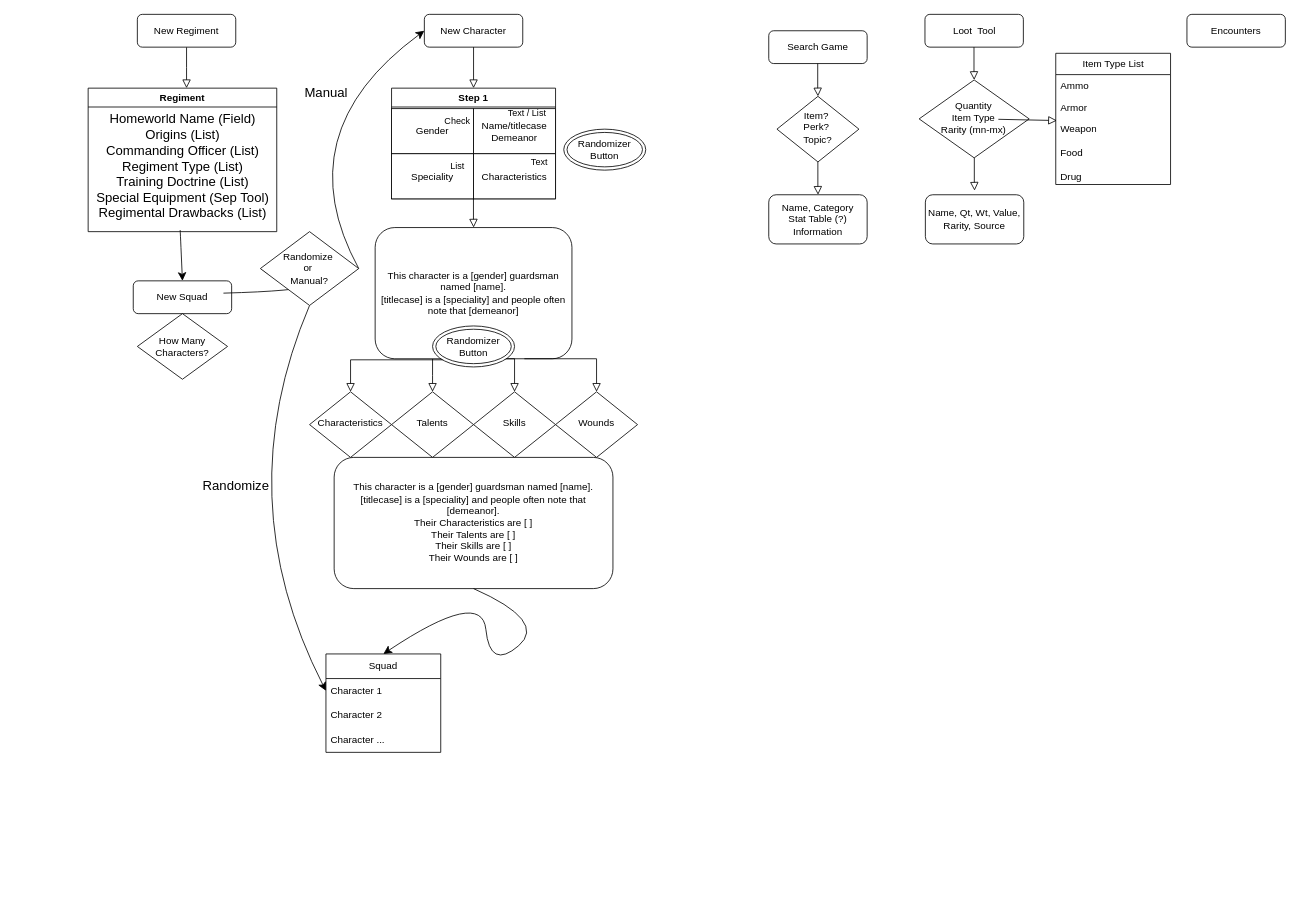
The draw.io diagram wh40k.drawio in stsan0/stsan0.github.io, before the edit. Source tidied: cells renumbered, new cells numbered last; positions are measured from the earlier drawing's top-left corner, leaving out a move shared by most shapes. Both pictures are drawn from the tidied source at 82%, with x=0, y=0 at pixel (88, 14).
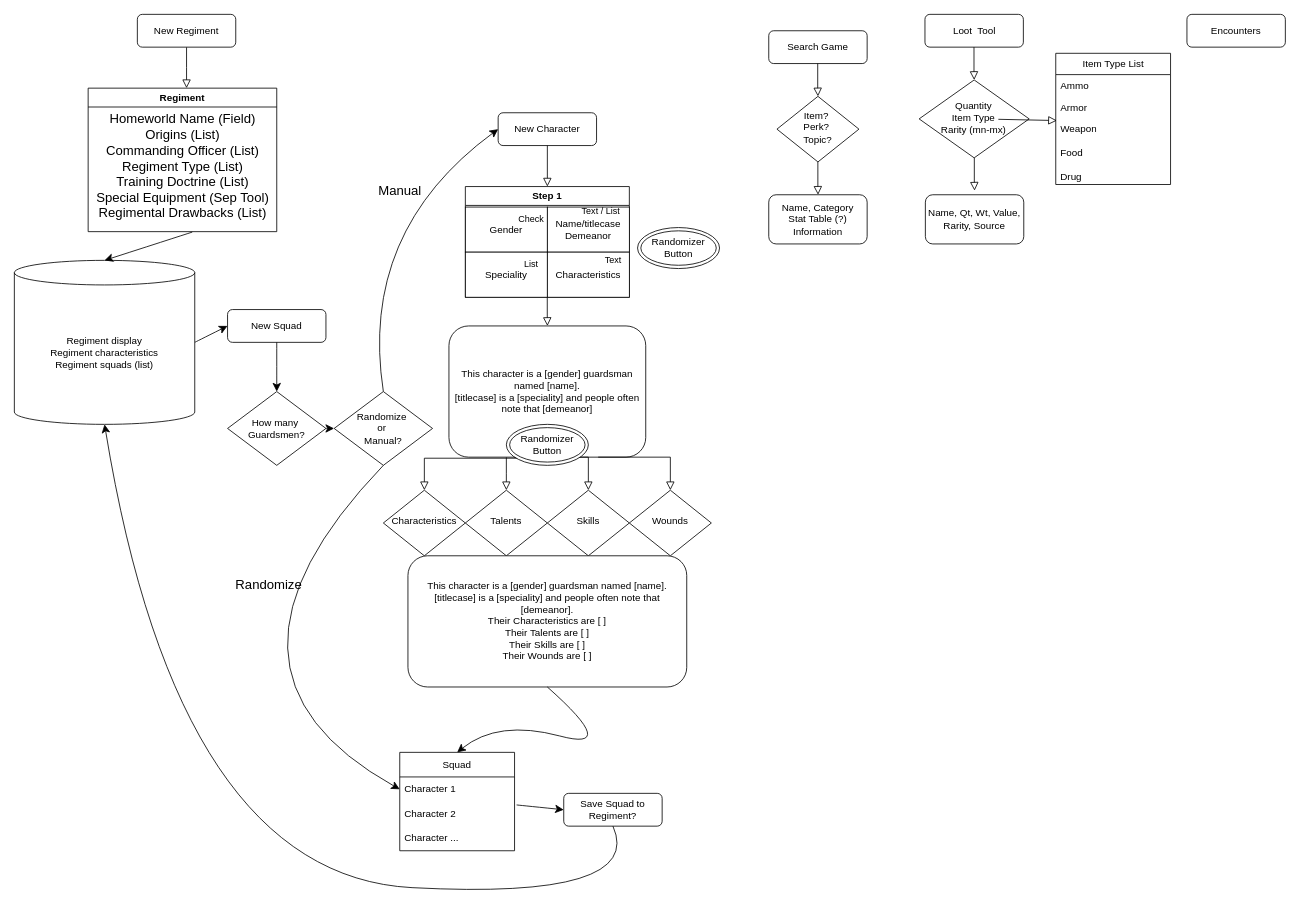
Above is the later version.

Unchanged cells that the change refers to:
```xml
<mxCell id="37" value="&lt;div&gt;Homeworld Name (Field)&lt;/div&gt;Origins (List)&lt;div&gt;Commanding Officer (List)&lt;/div&gt;&lt;div&gt;Regiment Type (List)&lt;/div&gt;&lt;div&gt;Training Doctrine (List)&lt;/div&gt;&lt;div&gt;Special Equipment (Sep Tool)&lt;/div&gt;&lt;div&gt;Regimental Drawbacks (List)&lt;/div&gt;" style="text;html=1;align=center;verticalAlign=middle;points=[];strokeColor=none;fillColor=none;fontSize=16;" parent="36" vertex="1">
  <mxGeometry y="20" width="230" height="150" as="geometry" />
</mxCell>
<mxCell id="52" value="Character 1" style="text;strokeColor=none;fillColor=none;align=left;verticalAlign=middle;spacingLeft=4;spacingRight=4;overflow=hidden;points=[[0,0.5],[1,0.5]];portConstraint=eastwest;whiteSpace=wrap;html=1;" parent="51" vertex="1">
  <mxGeometry y="30" width="140" height="30" as="geometry" />
</mxCell>
<mxCell id="53" value="Character 2&amp;nbsp;" style="text;strokeColor=none;fillColor=none;align=left;verticalAlign=middle;spacingLeft=4;spacingRight=4;overflow=hidden;points=[[0,0.5],[1,0.5]];portConstraint=eastwest;whiteSpace=wrap;html=1;" parent="51" vertex="1">
  <mxGeometry y="60" width="140" height="30" as="geometry" />
</mxCell>
```

The edit, as a diff of the source:
```diff
@@
     <mxCell id="4" value="New Character" style="rounded=1;whiteSpace=wrap;html=1;fontSize=12;glass=0;strokeWidth=1;shadow=0;" parent="1" vertex="1">
-      <mxGeometry x="410" width="120" height="40" as="geometry" />
+      <mxGeometry x="500" y="120" width="120" height="40" as="geometry" />
     </mxCell>
@@
     <mxCell id="22" value="This character is a [gender] guardsman named [name].&lt;div&gt;[titlecase] is a [speciality] and people often note that [demeanor]&lt;/div&gt;" style="rounded=1;whiteSpace=wrap;html=1;fontSize=12;glass=0;strokeWidth=1;shadow=0;" parent="1" vertex="1">
-      <mxGeometry x="350" y="260" width="240" height="160" as="geometry" />
+      <mxGeometry x="440" y="380" width="240" height="160" as="geometry" />
     </mxCell>
     <mxCell id="23" style="rounded=0;html=1;jettySize=auto;orthogonalLoop=1;fontSize=11;endArrow=block;endFill=0;endSize=8;strokeWidth=1;shadow=0;labelBackgroundColor=none;edgeStyle=orthogonalEdgeStyle;" parent="1" edge="1">
       <mxGeometry relative="1" as="geometry">
-        <mxPoint x="469.9" y="220" as="sourcePoint" />
-        <mxPoint x="470.1" y="260" as="targetPoint" />
+        <mxPoint x="559.9" y="340" as="sourcePoint" />
+        <mxPoint x="560.1" y="380" as="targetPoint" />
         <Array as="points">
-          <mxPoint x="469.9" y="250" />
-          <mxPoint x="469.9" y="250" />
+          <mxPoint x="559.9" y="370" />
+          <mxPoint x="559.9" y="370" />
         </Array>
       </mxGeometry>
     </mxCell>
     <mxCell id="24" style="rounded=0;html=1;jettySize=auto;fontSize=11;endArrow=block;endFill=0;endSize=8;strokeWidth=1;shadow=0;labelBackgroundColor=none;edgeStyle=orthogonalEdgeStyle;" parent="1" edge="1" target="25">
       <mxGeometry relative="1" as="geometry">
-        <mxPoint x="430" y="420.3" as="sourcePoint" />
+        <mxPoint x="520" y="540.3" as="sourcePoint" />
         <Array as="points">
-          <mxPoint x="440" y="420.3" />
-          <mxPoint x="440" y="421.3" />
-          <mxPoint x="320" y="421.3" />
+          <mxPoint x="530" y="540.3" />
+          <mxPoint x="530" y="541.3" />
+          <mxPoint x="410" y="541.3" />
         </Array>
       </mxGeometry>
     </mxCell>
     <mxCell id="25" value="Characteristics" style="rhombus;whiteSpace=wrap;html=1;shadow=0;fontFamily=Helvetica;fontSize=12;align=center;strokeWidth=1;spacing=6;spacingTop=-4;" parent="1" vertex="1">
-      <mxGeometry x="270" y="460.3" width="100" height="80" as="geometry" />
+      <mxGeometry x="360" y="580.3" width="100" height="80" as="geometry" />
     </mxCell>
     <mxCell id="26" style="rounded=0;html=1;jettySize=auto;fontSize=11;endArrow=block;endFill=0;endSize=8;strokeWidth=1;shadow=0;labelBackgroundColor=none;edgeStyle=orthogonalEdgeStyle;entryX=0.5;entryY=0;entryDx=0;entryDy=0;" parent="1" edge="1" target="27">
       <mxGeometry relative="1" as="geometry">
-        <mxPoint x="420" y="420.3" as="sourcePoint" />
+        <mxPoint x="510" y="540.3" as="sourcePoint" />
         <Array as="points">
-          <mxPoint x="420" y="440.3" />
-          <mxPoint x="420" y="440.3" />
+          <mxPoint x="510" y="560.3" />
+          <mxPoint x="510" y="560.3" />
         </Array>
       </mxGeometry>
     </mxCell>
     <mxCell id="27" value="Talents" style="rhombus;whiteSpace=wrap;html=1;shadow=0;fontFamily=Helvetica;fontSize=12;align=center;strokeWidth=1;spacing=6;spacingTop=-4;" parent="1" vertex="1">
-      <mxGeometry x="370" y="460.3" width="100" height="80" as="geometry" />
+      <mxGeometry x="460" y="580.3" width="100" height="80" as="geometry" />
     </mxCell>
     <mxCell id="28" style="rounded=0;html=1;jettySize=auto;fontSize=11;endArrow=block;endFill=0;endSize=8;strokeWidth=1;shadow=0;labelBackgroundColor=none;edgeStyle=orthogonalEdgeStyle;entryX=0.5;entryY=0;entryDx=0;entryDy=0;exitX=0.543;exitY=0.998;exitDx=0;exitDy=0;exitPerimeter=0;" parent="1" edge="1" target="29">
       <mxGeometry relative="1" as="geometry">
-        <mxPoint x="440.3" y="420" as="sourcePoint" />
+        <mxPoint x="530.3" y="540" as="sourcePoint" />
         <Array as="points">
-          <mxPoint x="520" y="420.3" />
+          <mxPoint x="610" y="540.3" />
         </Array>
       </mxGeometry>
     </mxCell>
     <mxCell id="29" value="Skills" style="rhombus;whiteSpace=wrap;html=1;shadow=0;fontFamily=Helvetica;fontSize=12;align=center;strokeWidth=1;spacing=6;spacingTop=-4;" parent="1" vertex="1">
-      <mxGeometry x="470" y="460.3" width="100" height="80" as="geometry" />
+      <mxGeometry x="560" y="580.3" width="100" height="80" as="geometry" />
     </mxCell>
     <mxCell id="30" style="rounded=0;html=1;jettySize=auto;fontSize=11;endArrow=block;endFill=0;endSize=8;strokeWidth=1;shadow=0;labelBackgroundColor=none;edgeStyle=orthogonalEdgeStyle;entryX=0.5;entryY=0;entryDx=0;entryDy=0;exitX=0.925;exitY=0.998;exitDx=0;exitDy=0;exitPerimeter=0;" parent="1" edge="1" target="31">
       <mxGeometry relative="1" as="geometry">
-        <mxPoint x="532" y="420" as="sourcePoint" />
+        <mxPoint x="622" y="540" as="sourcePoint" />
         <Array as="points">
-          <mxPoint x="620" y="420.3" />
+          <mxPoint x="710" y="540.3" />
         </Array>
       </mxGeometry>
     </mxCell>
     <mxCell id="31" value="Wounds" style="rhombus;whiteSpace=wrap;html=1;shadow=0;fontFamily=Helvetica;fontSize=12;align=center;strokeWidth=1;spacing=6;spacingTop=-4;" parent="1" vertex="1">
-      <mxGeometry x="570" y="460.3" width="100" height="80" as="geometry" />
+      <mxGeometry x="660" y="580.3" width="100" height="80" as="geometry" />
     </mxCell>
     <mxCell id="32" value="&lt;span style=&quot;font-size: 12px;&quot;&gt;Randomizer Button&lt;/span&gt;" style="ellipse;shape=doubleEllipse;whiteSpace=wrap;html=1;fontFamily=Helvetica;fontSize=11;fontColor=default;labelBackgroundColor=none;" parent="1" vertex="1">
-      <mxGeometry x="580" y="140" width="100" height="50" as="geometry" />
+      <mxGeometry x="670" y="260" width="100" height="50" as="geometry" />
     </mxCell>
     <mxCell id="33" value="&lt;span style=&quot;font-size: 12px;&quot;&gt;Randomizer Button&lt;/span&gt;" style="ellipse;shape=doubleEllipse;whiteSpace=wrap;html=1;fontFamily=Helvetica;fontSize=11;fontColor=default;labelBackgroundColor=none;" parent="1" vertex="1">
-      <mxGeometry x="420" y="380" width="100" height="50" as="geometry" />
+      <mxGeometry x="510" y="500" width="100" height="50" as="geometry" />
     </mxCell>
     <mxCell id="34" value="New Squad" style="rounded=1;whiteSpace=wrap;html=1;fontSize=12;glass=0;strokeWidth=1;shadow=0;" parent="1" vertex="1">
-      <mxGeometry x="55" y="325" width="120" height="40" as="geometry" />
+      <mxGeometry x="170" y="360" width="120" height="40" as="geometry" />
     </mxCell>
-    <mxCell id="35" style="edgeStyle=none;curved=1;rounded=0;jettySize=auto;html=1;exitX=0.488;exitY=1.02;exitDx=0;exitDy=0;entryX=0.5;entryY=0;entryDx=0;entryDy=0;fontSize=12;startSize=8;endSize=8;exitPerimeter=0;" parent="1" edge="1" source="37" target="34">
+    <mxCell id="35" style="edgeStyle=none;curved=1;rounded=0;jettySize=auto;html=1;entryX=0;entryY=0.5;entryDx=0;entryDy=0;fontSize=12;startSize=8;endSize=8;exitX=1;exitY=0.5;exitDx=0;exitDy=0;exitPerimeter=0;" parent="1" edge="1" source="63" target="34">
       <mxGeometry relative="1" as="geometry" />
     </mxCell>
@@
     <mxCell id="38" value="This character is a [gender] guardsman named [name].&lt;div&gt;[titlecase] is a [speciality] and people often note that [demeanor].&lt;/div&gt;&lt;div&gt;Their Characteristics are [ ]&lt;/div&gt;&lt;div&gt;Their Talents are [ ]&lt;/div&gt;&lt;div&gt;Their Skills are [ ]&lt;/div&gt;&lt;div&gt;Their Wounds are [ ]&lt;/div&gt;" style="rounded=1;whiteSpace=wrap;html=1;fontSize=12;glass=0;strokeWidth=1;shadow=0;" parent="1" vertex="1">
-      <mxGeometry x="300" y="540.3" width="340" height="160" as="geometry" />
+      <mxGeometry x="390" y="660.3" width="340" height="160" as="geometry" />
     </mxCell>
-    <mxCell id="39" style="curved=1;endArrow=classic;html=1;rounded=0;fontSize=12;startSize=8;endSize=8;exitX=1;exitY=0.5;exitDx=0;exitDy=0;entryX=0;entryY=0.5;entryDx=0;entryDy=0;" parent="1" edge="1" source="57" target="4">
+    <mxCell id="39" style="curved=1;endArrow=classic;html=1;rounded=0;fontSize=12;startSize=8;endSize=8;exitX=0.5;exitY=0;exitDx=0;exitDy=0;entryX=0;entryY=0.5;entryDx=0;entryDy=0;" parent="1" edge="1" source="57" target="4">
       <mxGeometry relative="1" as="geometry">
         <Array as="points">
-          <mxPoint x="240" y="145" />
+          <mxPoint x="330" y="265" />
         </Array>
       </mxGeometry>
     </mxCell>
-    <mxCell id="40" value="How Many&lt;div&gt;Characters?&lt;/div&gt;" style="rhombus;whiteSpace=wrap;html=1;" parent="1" vertex="1">
-      <mxGeometry x="60" y="365" width="110" height="80" as="geometry" />
-    </mxCell>
     <mxCell id="41" value="Step 1" style="swimlane;whiteSpace=wrap;html=1;" parent="1" vertex="1">
-      <mxGeometry x="370" y="90" width="200" height="135" as="geometry" />
+      <mxGeometry x="460" y="210" width="200" height="135" as="geometry" />
     </mxCell>
@@
-    <mxCell id="50" style="curved=1;endArrow=classic;html=1;rounded=0;fontSize=12;startSize=8;endSize=8;exitX=0.5;exitY=1;exitDx=0;exitDy=0;entryX=0.5;entryY=0;entryDx=0;entryDy=0;" parent="1" edge="1" source="38" target="51">
-      <mxGeometry relative="1" as="geometry">
-        <Array as="points">
-          <mxPoint x="560" y="740" />
-          <mxPoint x="490" y="800" />
-          <mxPoint x="480" y="700" />
-        </Array>
-      </mxGeometry>
-    </mxCell>
     <mxCell id="51" value="Squad" style="swimlane;fontStyle=0;horizontal=1;startSize=30;whiteSpace=wrap;html=1;" parent="1" vertex="1">
-      <mxGeometry x="290" y="780" width="140" height="120" as="geometry" />
+      <mxGeometry x="380" y="900" width="140" height="120" as="geometry" />
     </mxCell>
@@
-    <mxCell id="55" style="curved=1;endArrow=classic;html=1;rounded=0;fontSize=12;startSize=8;endSize=8;exitX=1;exitY=0.5;exitDx=0;exitDy=0;entryX=0;entryY=0.5;entryDx=0;entryDy=0;" parent="1" edge="1" target="57">
-      <mxGeometry relative="1" as="geometry">
-        <mxPoint x="165" y="340" as="sourcePoint" />
-        <Array as="points">
-          <mxPoint x="350" y="335" />
-        </Array>
-      </mxGeometry>
-    </mxCell>
     <mxCell id="56" style="edgeStyle=none;curved=1;rounded=0;jettySize=auto;html=1;exitX=0.5;exitY=1;exitDx=0;exitDy=0;entryX=0;entryY=0.5;entryDx=0;entryDy=0;fontSize=12;startSize=8;endSize=8;" parent="1" edge="1" source="57" target="52">
       <mxGeometry relative="1" as="geometry">
         <Array as="points">
-          <mxPoint x="170" y="590" />
+          <mxPoint x="120" y="800" />
         </Array>
       </mxGeometry>
     </mxCell>
     <mxCell id="57" value="Randomize&amp;nbsp;&lt;div&gt;or&amp;nbsp;&lt;/div&gt;&lt;div&gt;Manual?&lt;/div&gt;" style="rhombus;whiteSpace=wrap;html=1;" parent="1" vertex="1">
-      <mxGeometry x="210" y="265" width="120" height="90" as="geometry" />
+      <mxGeometry x="300" y="460" width="120" height="90" as="geometry" />
     </mxCell>
     <mxCell id="58" value="Manual&lt;div&gt;&lt;br&gt;&lt;/div&gt;" style="text;html=1;align=center;verticalAlign=middle;strokeColor=none;fillColor=none;fontSize=16;" parent="1" vertex="1">
-      <mxGeometry x="250" y="80" width="80" height="50" as="geometry" />
+      <mxGeometry x="340" y="200" width="80" height="50" as="geometry" />
     </mxCell>
+    <mxCell id="60" value="How many&amp;nbsp;&lt;div&gt;Guardsmen?&lt;/div&gt;" style="rhombus;whiteSpace=wrap;html=1;" parent="1" vertex="1">
+      <mxGeometry x="170" y="460" width="120" height="90" as="geometry" />
+    </mxCell>
+    <mxCell id="61" style="endArrow=classic;html=1;rounded=0;fontSize=12;startSize=8;endSize=8;curved=1;exitX=0.5;exitY=1;exitDx=0;exitDy=0;entryX=0.5;entryY=0;entryDx=0;entryDy=0;" parent="1" edge="1" source="34" target="60">
+      <mxGeometry relative="1" as="geometry" />
+    </mxCell>
+    <mxCell id="62" style="endArrow=classic;html=1;rounded=0;fontSize=12;startSize=8;endSize=8;curved=1;exitX=1;exitY=0.5;exitDx=0;exitDy=0;entryX=0;entryY=0.5;entryDx=0;entryDy=0;" parent="1" edge="1" source="60" target="57">
+      <mxGeometry relative="1" as="geometry" />
+    </mxCell>
+    <mxCell id="63" value="Regiment display&lt;div&gt;Regiment characteristics&lt;/div&gt;&lt;div&gt;Regiment squads (list)&lt;/div&gt;" style="shape=cylinder3;whiteSpace=wrap;html=1;boundedLbl=1;backgroundOutline=1;size=15;" parent="1" vertex="1">
+      <mxGeometry x="-90" y="300" width="220" height="200" as="geometry" />
+    </mxCell>
     <mxCell id="59" value="Randomize" style="text;html=1;align=center;verticalAlign=middle;strokeColor=none;fillColor=none;fontSize=16;" parent="1" vertex="1">
-      <mxGeometry x="130" y="560" width="100" height="30" as="geometry" />
+      <mxGeometry x="170" y="680" width="100" height="30" as="geometry" />
     </mxCell>
+    <mxCell id="64" value="Save Squad to Regiment?" style="rounded=1;whiteSpace=wrap;html=1;fontSize=12;glass=0;strokeWidth=1;shadow=0;" parent="1" vertex="1">
+      <mxGeometry x="580" y="950" width="120" height="40" as="geometry" />
+    </mxCell>
+    <mxCell id="65" style="endArrow=classic;html=1;rounded=0;fontSize=12;startSize=8;endSize=8;curved=1;exitX=1.018;exitY=0.138;exitDx=0;exitDy=0;exitPerimeter=0;entryX=0;entryY=0.5;entryDx=0;entryDy=0;" parent="1" edge="1" source="53" target="64">
+      <mxGeometry relative="1" as="geometry" />
+    </mxCell>
+    <mxCell id="66" style="endArrow=classic;html=1;rounded=0;fontSize=12;startSize=8;endSize=8;curved=1;exitX=0.552;exitY=1.037;exitDx=0;exitDy=0;exitPerimeter=0;entryX=0.5;entryY=0;entryDx=0;entryDy=0;entryPerimeter=0;" parent="1" edge="1" source="37" target="63">
+      <mxGeometry relative="1" as="geometry" />
+    </mxCell>
+    <mxCell id="67" style="curved=1;endArrow=classic;html=1;rounded=0;fontSize=12;startSize=8;endSize=8;exitX=0.5;exitY=1;exitDx=0;exitDy=0;entryX=0.5;entryY=1;entryDx=0;entryDy=0;entryPerimeter=0;" parent="1" edge="1" source="64" target="63">
+      <mxGeometry relative="1" as="geometry">
+        <Array as="points">
+          <mxPoint x="680" y="1080" />
+          <mxPoint x="110" y="1050" />
+        </Array>
+      </mxGeometry>
+    </mxCell>
+    <mxCell id="50" style="curved=1;endArrow=classic;html=1;rounded=0;fontSize=12;startSize=8;endSize=8;exitX=0.5;exitY=1;exitDx=0;exitDy=0;entryX=0.5;entryY=0;entryDx=0;entryDy=0;" parent="1" edge="1" source="38" target="51">
+      <mxGeometry relative="1" as="geometry">
+        <Array as="points">
+          <mxPoint x="650" y="900" />
+          <mxPoint x="500" y="860" />
+        </Array>
+      </mxGeometry>
+    </mxCell>
```
